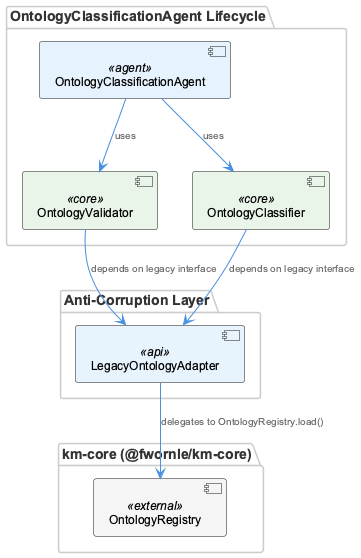
Before: knowledge-management/insights/images/legacy-ontology-adapter-architecture.png, a diagram exported from PlantUML (fwornle/coding).
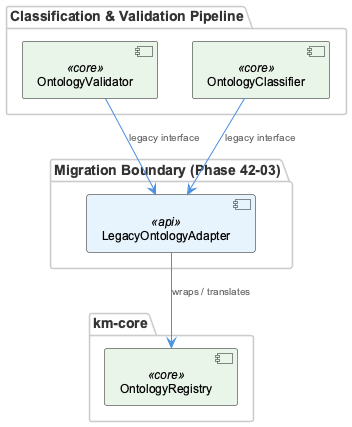
Above is the later version.

The edit, as a diff of the source:
```diff
@@ -1,24 +1,21 @@
 @startuml
 !include /Users/Q284340/Agentic/coding/docs/puml/_standard-style.puml
 
-package "OntologyClassificationAgent Lifecycle" {
-  component "OntologyClassificationAgent" as agent <<agent>>
+package "Classification & Validation Pipeline" {
   component "OntologyValidator" as validator <<core>>
   component "OntologyClassifier" as classifier <<core>>
 }
 
-package "Anti-Corruption Layer" {
+package "Migration Boundary (Phase 42-03)" {
   component "LegacyOntologyAdapter" as adapter <<api>>
 }
 
-package "km-core (@fwornle/km-core)" {
-  component "OntologyRegistry" as registry <<external>>
+package "km-core" {
+  component "OntologyRegistry" as registry <<core>>
 }
 
-agent --> validator : "uses"
-agent --> classifier : "uses"
-validator --> adapter : "depends on legacy interface"
-classifier --> adapter : "depends on legacy interface"
-adapter --> registry : "delegates to OntologyRegistry.load()"
+validator --> adapter : "legacy interface"
+classifier --> adapter : "legacy interface"
+adapter --> registry : "wraps / translates"
 
 @enduml
```
